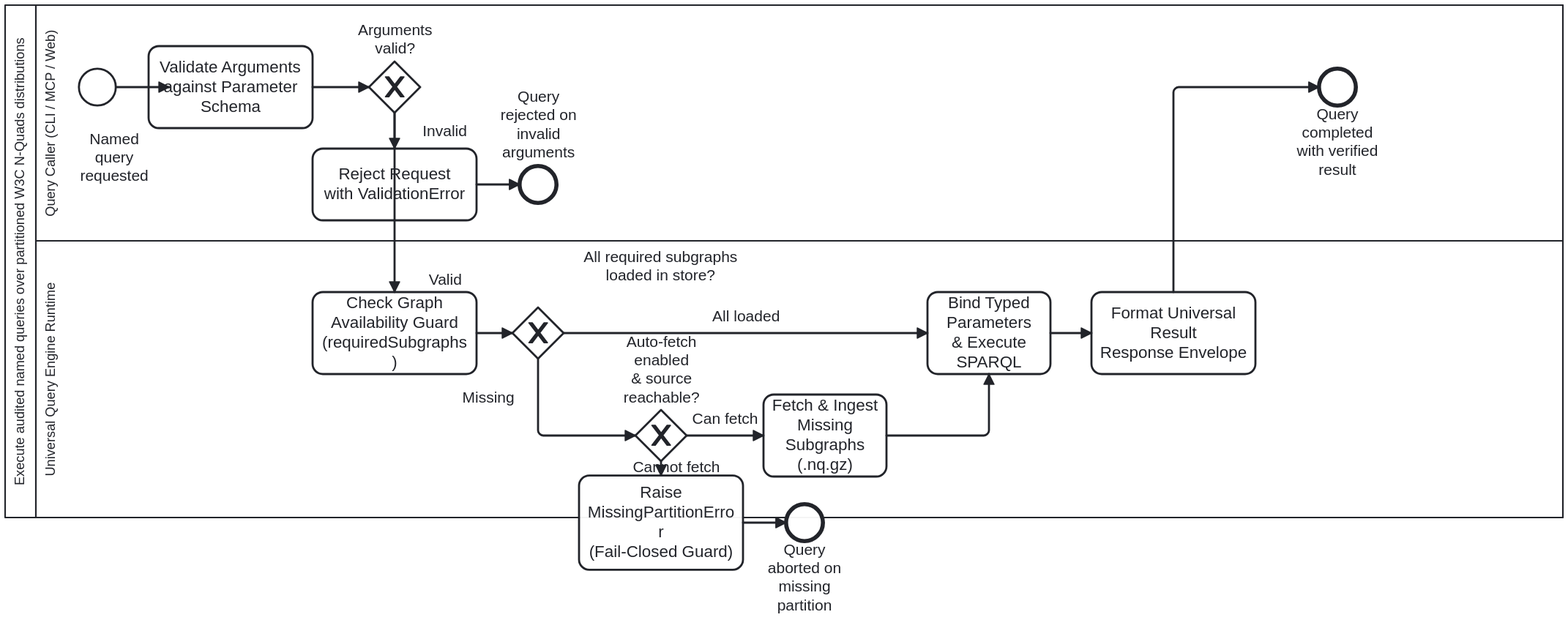
This is docs/assets/img/workflows/named-query-execution.svg from litlfred/cat-harness, a BPMN export, as it was before one commit. Its source is kept beside it as processes/kg/named-query-execution.bpmn. Ids are renumbered.
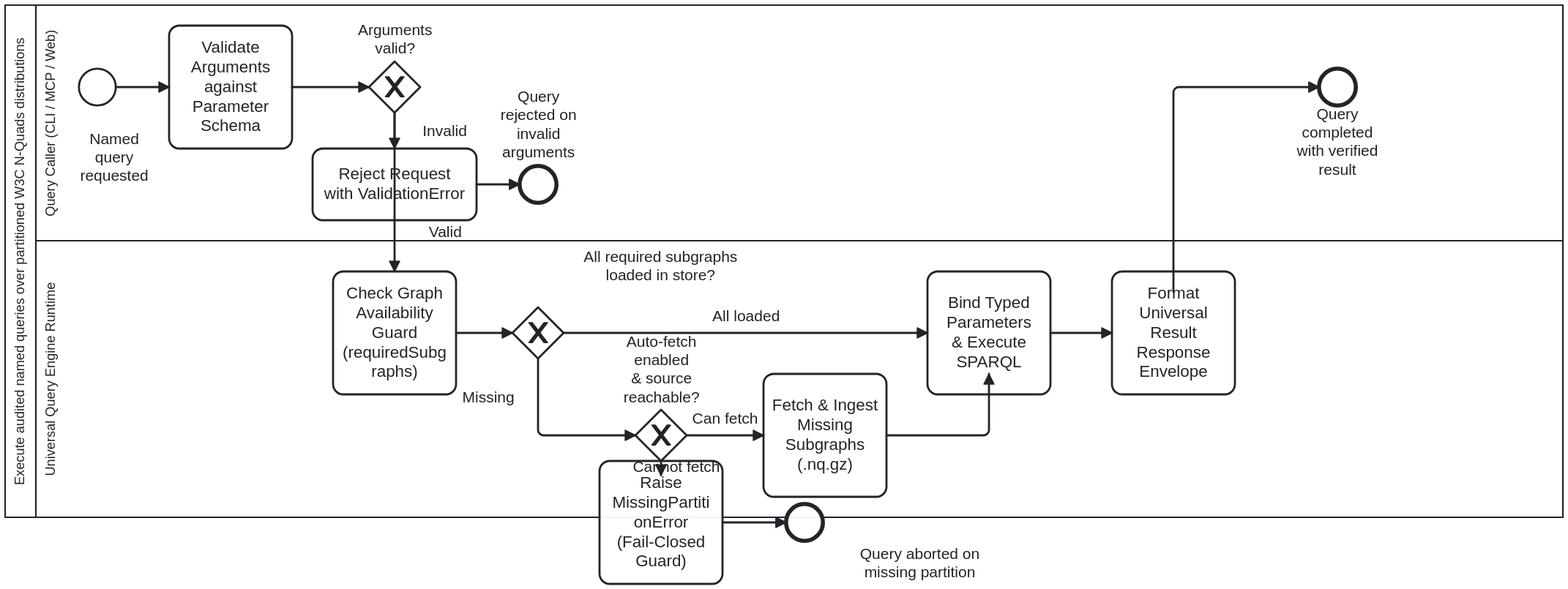
Above is the later version.

Diff of the diagram source:
```diff
@@ -175,48 +175,49 @@
 
       <bpmndi:BPMNShape id="Start_QueryRequest_di" bpmnElement="Start_QueryRequest">
         <dc:Bounds x="232" y="142" width="36" height="36" />
-        <bpmndi:BPMNLabel><dc:Bounds x="221.5" y="201.5" width="90" height="54" /></bpmndi:BPMNLabel>
-      </bpmndi:BPMNShape>
+
+      <bpmndi:BPMNLabel><dc:Bounds x="221.5" y="201.5" width="90" height="54" /></bpmndi:BPMNLabel></bpmndi:BPMNShape>
       <bpmndi:BPMNShape id="A_ValidateParams_di" bpmnElement="A_ValidateParams">
-        <dc:Bounds x="300" y="120" width="160" height="80" />
+        <dc:Bounds x="320" y="100" width="120" height="120" />
       </bpmndi:BPMNShape>
       <bpmndi:BPMNShape id="GW_ValidParams_di" bpmnElement="GW_ValidParams" isMarkerVisible="true">
         <dc:Bounds x="515" y="135" width="50" height="50" />
-        <bpmndi:BPMNLabel><dc:Bounds x="495" y="96" width="90" height="35" /></bpmndi:BPMNLabel>
-      </bpmndi:BPMNShape>
+
+      <bpmndi:BPMNLabel><dc:Bounds x="495" y="96" width="90" height="35" /></bpmndi:BPMNLabel></bpmndi:BPMNShape>
       <bpmndi:BPMNShape id="A_RejectInvalidArgs_di" bpmnElement="A_RejectInvalidArgs">
         <dc:Bounds x="460" y="220" width="160" height="70" />
       </bpmndi:BPMNShape>
       <bpmndi:BPMNShape id="End_InvalidParams_di" bpmnElement="End_InvalidParams">
         <dc:Bounds x="662" y="237" width="36" height="36" />
-        <bpmndi:BPMNLabel><dc:Bounds x="635" y="161" width="90" height="72" /></bpmndi:BPMNLabel>
-      </bpmndi:BPMNShape>
+
+      <bpmndi:BPMNLabel><dc:Bounds x="635" y="161" width="90" height="72" /></bpmndi:BPMNLabel></bpmndi:BPMNShape>
 
       <bpmndi:BPMNShape id="A_CheckSubgraphs_di" bpmnElement="A_CheckSubgraphs">
-        <dc:Bounds x="460" y="360" width="160" height="80" />
+        <dc:Bounds x="480" y="340" width="120" height="120" />
       </bpmndi:BPMNShape>
       <bpmndi:BPMNShape id="GW_SubgraphsLoaded_di" bpmnElement="GW_SubgraphsLoaded" isMarkerVisible="true">
         <dc:Bounds x="655" y="375" width="50" height="50" />
-        <bpmndi:BPMNLabel><dc:Bounds x="709" y="317" width="180" height="54" /></bpmndi:BPMNLabel>
-      </bpmndi:BPMNShape>
+
+      <bpmndi:BPMNLabel><dc:Bounds x="709" y="317" width="180" height="54" /></bpmndi:BPMNLabel></bpmndi:BPMNShape>
       <bpmndi:BPMNShape id="GW_AutoFetch_di" bpmnElement="GW_AutoFetch" isMarkerVisible="true">
         <dc:Bounds x="775" y="475" width="50" height="50" />
-        <bpmndi:BPMNLabel><dc:Bounds x="755" y="400" width="90" height="71" /></bpmndi:BPMNLabel>
-      </bpmndi:BPMNShape>
+
+      <bpmndi:BPMNLabel><dc:Bounds x="755" y="400" width="90" height="71" /></bpmndi:BPMNLabel></bpmndi:BPMNShape>
       <bpmndi:BPMNShape id="A_FetchPartitions_di" bpmnElement="A_FetchPartitions">
-        <dc:Bounds x="900" y="460" width="120" height="80" />
+        <dc:Bounds x="900" y="440" width="120" height="120" />
       </bpmndi:BPMNShape>
       <bpmndi:BPMNShape id="A_RaiseMissingPartition_di" bpmnElement="A_RaiseMissingPartition">
-        <dc:Bounds x="720" y="539" width="160" height="92" />
+        <dc:Bounds x="740" y="525" width="120" height="120" />
       </bpmndi:BPMNShape>
       <bpmndi:BPMNShape id="End_GuardFailed_di" bpmnElement="End_GuardFailed">
         <dc:Bounds x="922" y="567" width="36" height="36" />
+        <bpmndi:BPMNLabel><dc:Bounds x="962" y="607" width="180" height="36" /></bpmndi:BPMNLabel>
       </bpmndi:BPMNShape>
       <bpmndi:BPMNShape id="A_BindExecute_di" bpmnElement="A_BindExecute">
-        <dc:Bounds x="1060" y="360" width="120" height="80" />
+        <dc:Bounds x="1060" y="340" width="120" height="120" />
       </bpmndi:BPMNShape>
       <bpmndi:BPMNShape id="A_FormatResponse_di" bpmnElement="A_FormatResponse">
-        <dc:Bounds x="1220" y="360" width="160" height="80" />
+        <dc:Bounds x="1240" y="340" width="120" height="120" />
       </bpmndi:BPMNShape>
       <bpmndi:BPMNShape id="End_Success_di" bpmnElement="End_Success">
         <dc:Bounds x="1442" y="142" width="36" height="36" />
@@ -228,13 +229,13 @@
         <di:waypoint x="320" y="160" />
       </bpmndi:BPMNEdge>
       <bpmndi:BPMNEdge id="Flow_Req2_di" bpmnElement="Flow_Req2">
-        <di:waypoint x="460" y="160" />
+        <di:waypoint x="440" y="160" />
         <di:waypoint x="515" y="160" />
       </bpmndi:BPMNEdge>
       <bpmndi:BPMNEdge id="Flow_ParamsPass_di" bpmnElement="Flow_ParamsPass">
         <di:waypoint x="540" y="185" />
-        <di:waypoint x="540" y="360" />
-        <bpmndi:BPMNLabel><dc:Bounds x="544" y="339" width="90" height="17" /></bpmndi:BPMNLabel>
+        <di:waypoint x="540" y="340" />
+        <bpmndi:BPMNLabel><dc:Bounds x="544" y="292.75" width="90" height="17" /></bpmndi:BPMNLabel>
       </bpmndi:BPMNEdge>
       <bpmndi:BPMNEdge id="Flow_ParamsFail_di" bpmnElement="Flow_ParamsFail">
         <di:waypoint x="540" y="185" />
@@ -246,7 +247,7 @@
         <di:waypoint x="662" y="255" />
       </bpmndi:BPMNEdge>
       <bpmndi:BPMNEdge id="Flow_GuardCheck_di" bpmnElement="Flow_GuardCheck">
-        <di:waypoint x="620" y="400" />
+        <di:waypoint x="600" y="400" />
         <di:waypoint x="655" y="400" />
       </bpmndi:BPMNEdge>
       <bpmndi:BPMNEdge id="Flow_GuardPass_di" bpmnElement="Flow_GuardPass">
@@ -268,7 +269,7 @@
         <di:waypoint x="800" y="539" />
       </bpmndi:BPMNEdge>
       <bpmndi:BPMNEdge id="Flow_FailGuard_di" bpmnElement="Flow_FailGuard">
-        <di:waypoint x="880" y="585" />
+        <di:waypoint x="860" y="585" />
         <di:waypoint x="922" y="585" />
       </bpmndi:BPMNEdge>
       <bpmndi:BPMNEdge id="Flow_Fetched_di" bpmnElement="Flow_Fetched">
@@ -278,7 +279,7 @@
       </bpmndi:BPMNEdge>
       <bpmndi:BPMNEdge id="Flow_Executed_di" bpmnElement="Flow_Executed">
         <di:waypoint x="1180" y="400" />
-        <di:waypoint x="1220" y="400" />
+        <di:waypoint x="1240" y="400" />
       </bpmndi:BPMNEdge>
       <bpmndi:BPMNEdge id="Flow_ToCaller_di" bpmnElement="Flow_ToCaller">
         <di:waypoint x="1300" y="360" />
```
